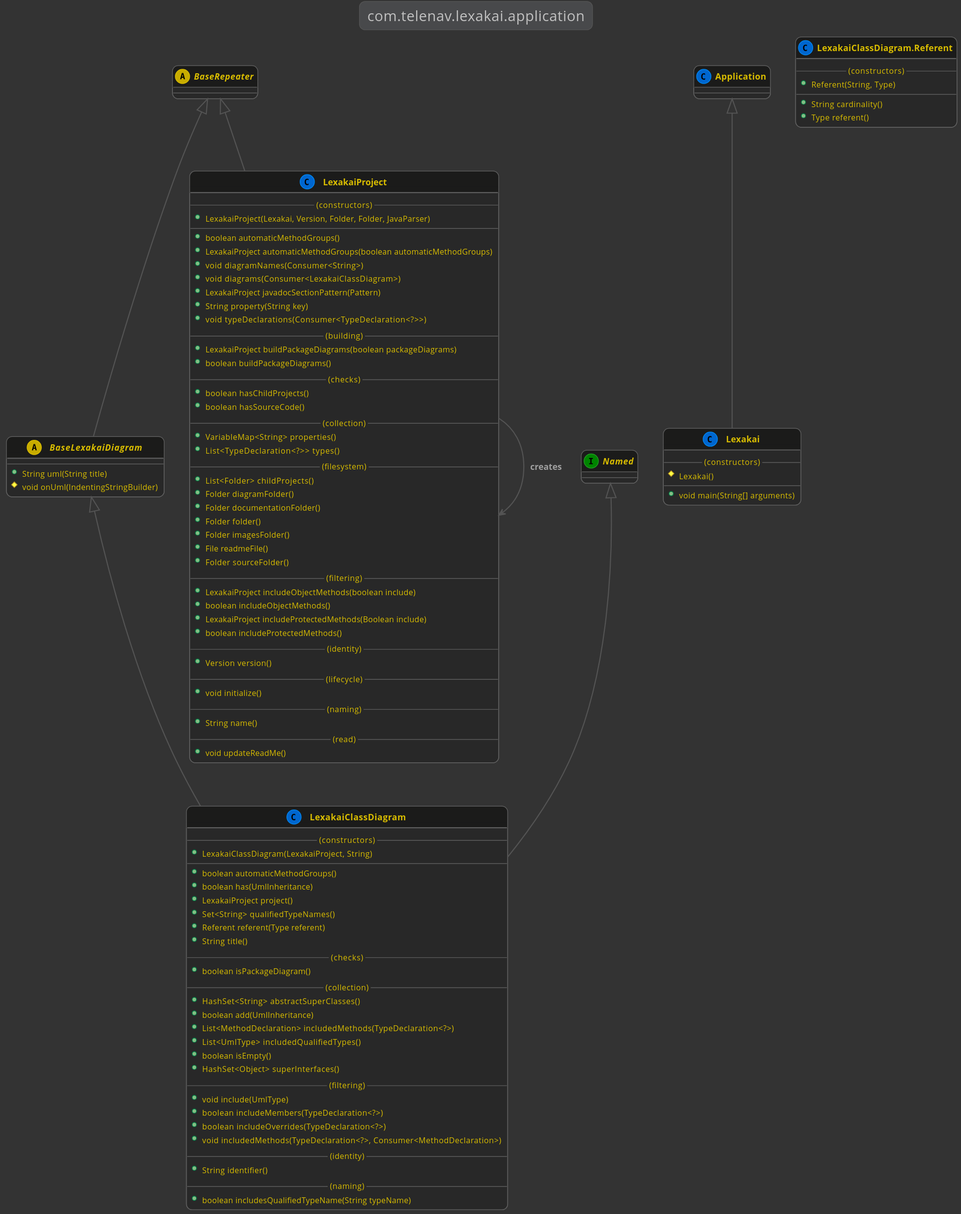
Telenav/lexakai keeps this PlantUML diagram as application/documentation/diagrams/com.telenav.lexakai.application.svg. Above is the earlier version.
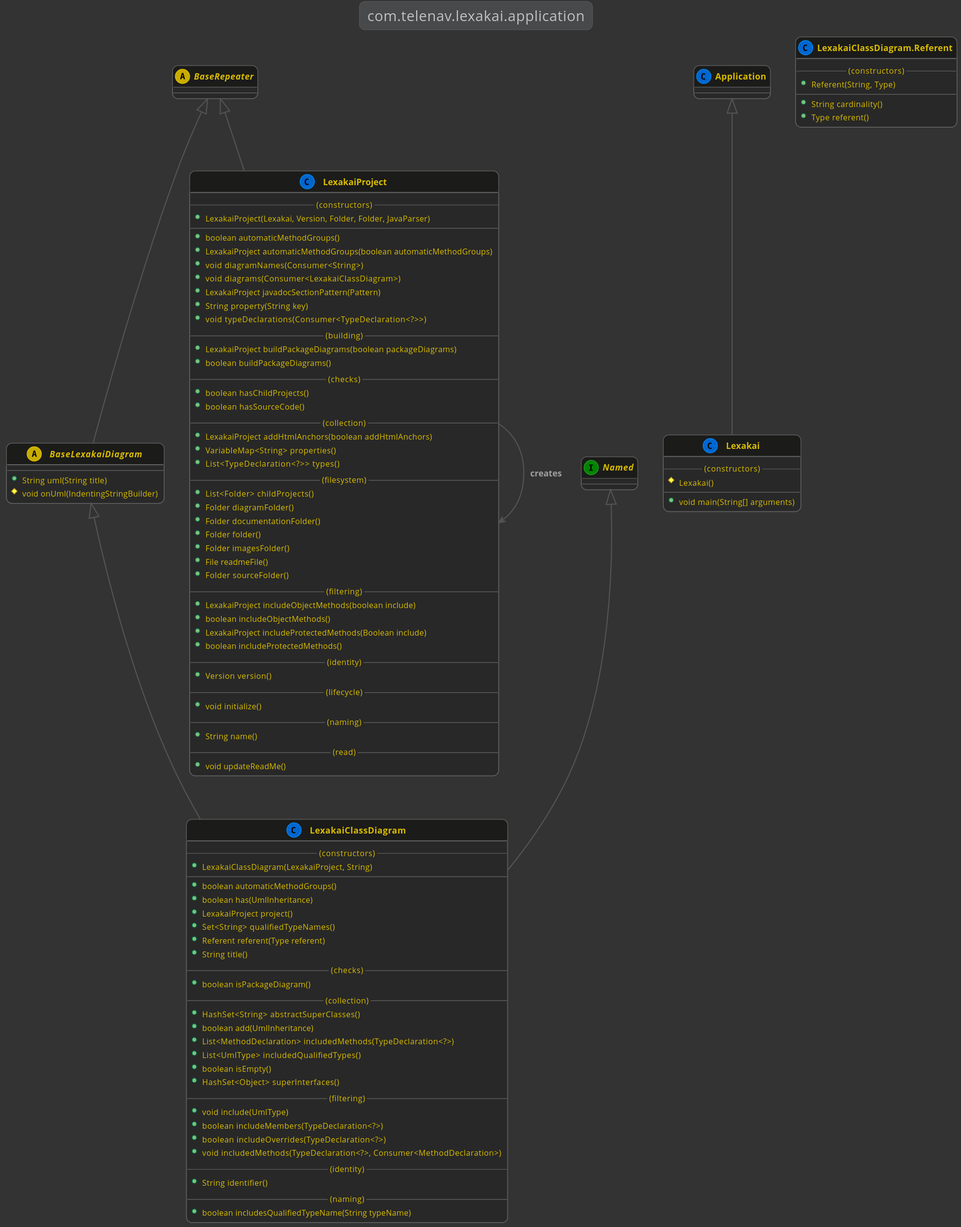
After the commit.

What changed in the source:
```diff
@@ -80,6 +80,7 @@
         +boolean hasChildProjects()
         +boolean hasSourceCode()
         --(collection)--
+        +LexakaiProject addHtmlAnchors(boolean addHtmlAnchors)
         +VariableMap<String> properties()
         +List<TypeDeclaration<?>> types()
         --(filesystem)--
```
